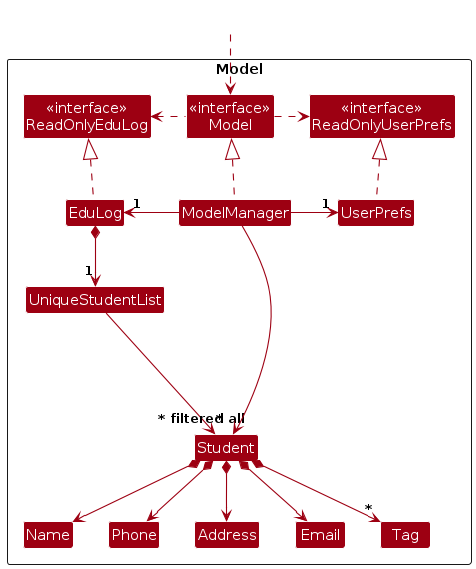
Above: diagrams/ModelClassDiagram.png in josh1248/tp (PlantUML), before the change. Its source is kept beside it as diagrams/ModelClassDiagram.puml. Source of this version:
```plantuml
@startuml
!include style.puml
skinparam arrowThickness 1.1
skinparam arrowColor MODEL_COLOR
skinparam classBackgroundColor MODEL_COLOR

Package Model as ModelPackage <<Rectangle>>{
Class "<<interface>>\nReadOnlyEduLog" as ReadOnlyEduLog
Class "<<interface>>\nReadOnlyUserPrefs" as ReadOnlyUserPrefs
Class "<<interface>>\nModel" as Model
Class EduLog
Class ModelManager
Class UserPrefs

Class UniqueStudentList
Class Student
Class Address
Class Email
Class Name
Class Phone
Class Tag

Class I #FFFFFF
}

Class HiddenOutside #FFFFFF
HiddenOutside ..> Model

EduLog .up.|> ReadOnlyEduLog

ModelManager .up.|> Model
Model .right.> ReadOnlyUserPrefs
Model .left.> ReadOnlyEduLog
ModelManager -left-> "1" EduLog
ModelManager -right-> "1" UserPrefs
UserPrefs .up.|> ReadOnlyUserPrefs

EduLog *--> "1" UniqueStudentList
UniqueStudentList --> "~* all" Student
Student *--> Name
Student *--> Phone
Student *--> Email
Student *--> Address
Student *--> "*" Tag

Student -[hidden]up--> I
UniqueStudentList -[hidden]right-> I

Name -[hidden]right-> Phone
Phone -[hidden]right-> Address
Address -[hidden]right-> Email

ModelManager --> "~* filtered" Student
@enduml
```
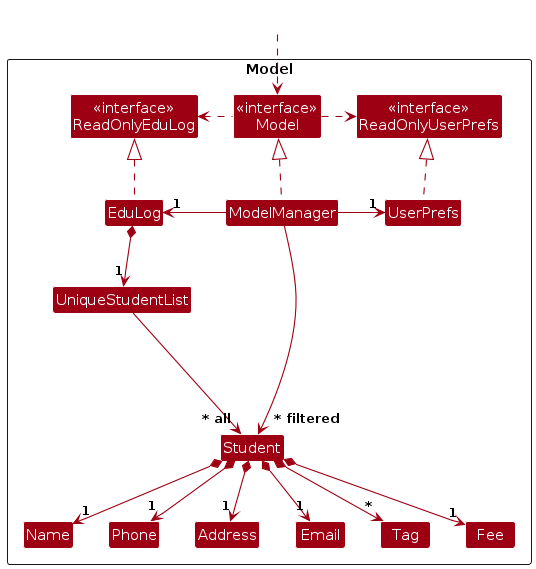
Later version of the same file.

Diff of the diagram source:
```diff
@@ -19,6 +19,7 @@
 Class Name
 Class Phone
 Class Tag
+Class Fee
 
 Class I #FFFFFF
 }
@@ -37,11 +38,12 @@
 
 EduLog *--> "1" UniqueStudentList
 UniqueStudentList --> "~* all" Student
-Student *--> Name
-Student *--> Phone
-Student *--> Email
-Student *--> Address
+Student *--> "1" Name
+Student *--> "1" Phone
+Student *--> "1" Email
+Student *--> "1" Address
 Student *--> "*" Tag
+Student *--> "1" Fee
 
 Student -[hidden]up--> I
 UniqueStudentList -[hidden]right-> I
```
